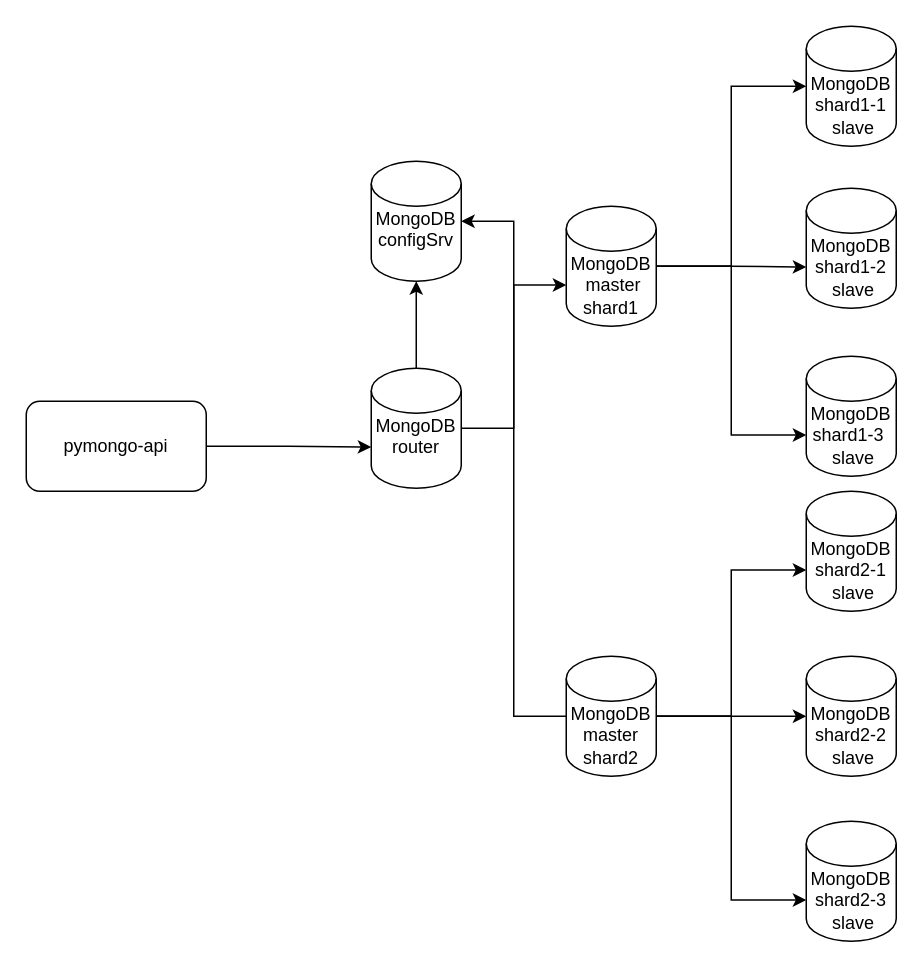
aleksey6150-2/architecture-pro-black_friday keeps this draw.io diagram as task1/task1_2.drawio. Above is the earlier version. Source tidied: cells renumbered, new cells numbered last; positions are measured from the earlier drawing's top-left corner, leaving out a move shared by most shapes. Both pictures are drawn from the tidied source at 150%, with x=0, y=0 at pixel (26, 26).
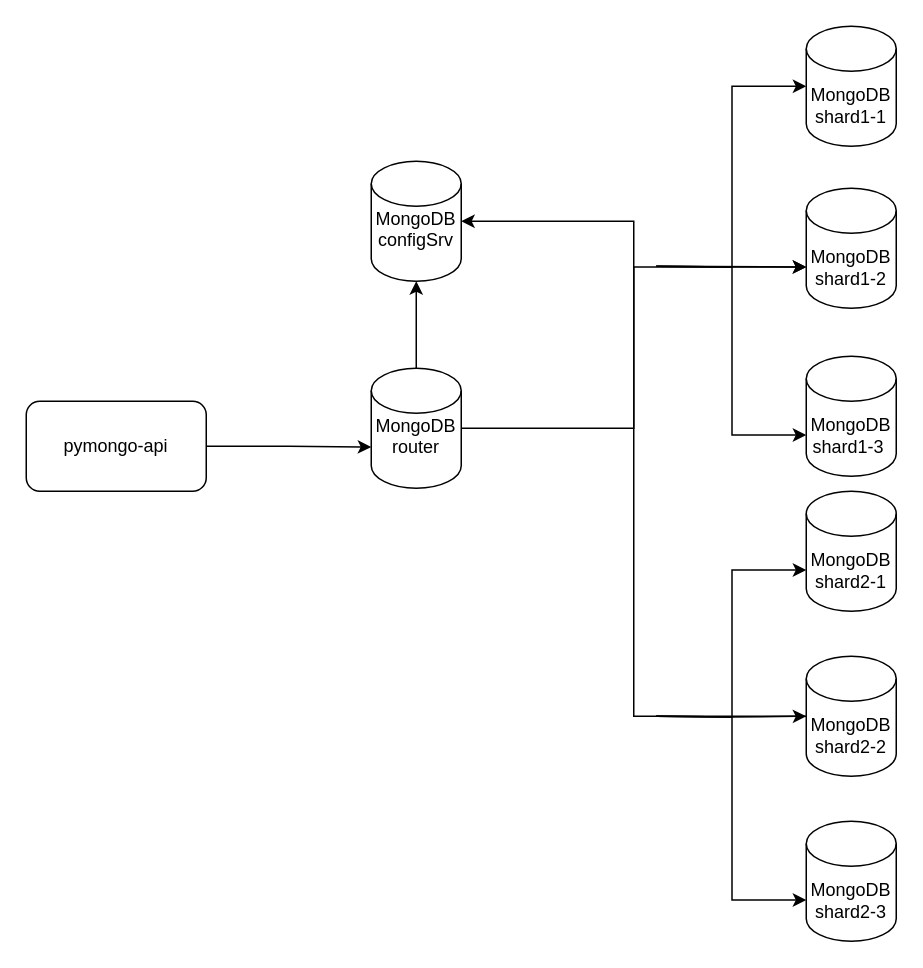
The same diagram, later.

Unchanged cells that the change refers to:
```xml
<mxCell id="5" value="MongoDB configSrv&lt;div&gt;&lt;br&gt;&lt;/div&gt;" style="shape=cylinder3;whiteSpace=wrap;html=1;boundedLbl=1;backgroundOutline=1;size=15;" parent="1" vertex="1">
  <mxGeometry x="230" y="90" width="60" height="80" as="geometry" />
</mxCell>
<mxCell id="6" value="MongoDB router&lt;div&gt;&lt;br&gt;&lt;/div&gt;" style="shape=cylinder3;whiteSpace=wrap;html=1;boundedLbl=1;backgroundOutline=1;size=15;" parent="1" vertex="1">
  <mxGeometry x="230" y="228" width="60" height="80" as="geometry" />
</mxCell>
```

What changed in the source:
```diff
@@
-    <mxCell id="2" value="MongoDB&lt;div&gt;&amp;nbsp;master shard1&lt;/div&gt;" style="shape=cylinder3;whiteSpace=wrap;html=1;boundedLbl=1;backgroundOutline=1;size=15;" parent="1" vertex="1">
-      <mxGeometry x="360" y="120" width="60" height="80" as="geometry" />
-    </mxCell>
@@
-    <mxCell id="4" value="MongoDB master shard2" style="shape=cylinder3;whiteSpace=wrap;html=1;boundedLbl=1;backgroundOutline=1;size=15;" parent="1" vertex="1">
-      <mxGeometry x="360" y="420" width="60" height="80" as="geometry" />
-    </mxCell>
@@
-    <mxCell id="7" style="edgeStyle=orthogonalEdgeStyle;rounded=0;jettySize=auto;html=1;entryX=0;entryY=0;entryDx=0;entryDy=52.5;entryPerimeter=0;" parent="1" edge="1" source="6" target="2">
+    <mxCell id="7" style="edgeStyle=orthogonalEdgeStyle;rounded=0;jettySize=auto;html=1;entryX=0;entryY=0;entryDx=0;entryDy=52.5;entryPerimeter=0;" parent="1" edge="1" source="6" target="12">
       <mxGeometry relative="1" as="geometry" />
     </mxCell>
@@
-    <mxCell id="10" style="edgeStyle=orthogonalEdgeStyle;rounded=0;jettySize=auto;html=1;entryX=1;entryY=0.5;entryDx=0;entryDy=0;entryPerimeter=0;" parent="1" edge="1" source="4" target="5">
+    <mxCell id="10" style="edgeStyle=orthogonalEdgeStyle;rounded=0;jettySize=auto;html=1;entryX=1;entryY=0.5;entryDx=0;entryDy=0;entryPerimeter=0;exitX=0;exitY=0.5;exitDx=0;exitDy=0;exitPerimeter=0;" parent="1" edge="1" source="18" target="5">
       <mxGeometry relative="1" as="geometry" />
     </mxCell>
-    <mxCell id="11" value="MongoDB&lt;br&gt;&lt;div&gt;&lt;span style=&quot;background-color: transparent; color: light-dark(rgb(0, 0, 0), rgb(255, 255, 255));&quot;&gt;shard1-1&lt;/span&gt;&lt;/div&gt;&lt;div&gt;&amp;nbsp;slave&lt;/div&gt;" style="shape=cylinder3;whiteSpace=wrap;html=1;boundedLbl=1;backgroundOutline=1;size=15;" parent="1" vertex="1">
+    <mxCell id="11" value="MongoDB&lt;br&gt;&lt;div&gt;&lt;span style=&quot;background-color: transparent; color: light-dark(rgb(0, 0, 0), rgb(255, 255, 255));&quot;&gt;shard1-1&lt;/span&gt;&lt;/div&gt;&lt;div&gt;&lt;/div&gt;" style="shape=cylinder3;whiteSpace=wrap;html=1;boundedLbl=1;backgroundOutline=1;size=15;" parent="1" vertex="1">
       <mxGeometry x="520" width="60" height="80" as="geometry" />
     </mxCell>
-    <mxCell id="12" value="MongoDB&lt;br&gt;&lt;div&gt;&lt;span style=&quot;background-color: transparent; color: light-dark(rgb(0, 0, 0), rgb(255, 255, 255));&quot;&gt;shard1-2&lt;/span&gt;&lt;/div&gt;&lt;div&gt;&amp;nbsp;slave&lt;/div&gt;" style="shape=cylinder3;whiteSpace=wrap;html=1;boundedLbl=1;backgroundOutline=1;size=15;" parent="1" vertex="1">
+    <mxCell id="12" value="MongoDB&lt;br&gt;&lt;div&gt;&lt;span style=&quot;background-color: transparent; color: light-dark(rgb(0, 0, 0), rgb(255, 255, 255));&quot;&gt;shard1-2&lt;/span&gt;&lt;/div&gt;&lt;div&gt;&lt;/div&gt;" style="shape=cylinder3;whiteSpace=wrap;html=1;boundedLbl=1;backgroundOutline=1;size=15;" parent="1" vertex="1">
       <mxGeometry x="520" y="108" width="60" height="80" as="geometry" />
     </mxCell>
-    <mxCell id="13" value="MongoDB shard1-3&amp;nbsp;&lt;div&gt;&amp;nbsp;slave&lt;/div&gt;" style="shape=cylinder3;whiteSpace=wrap;html=1;boundedLbl=1;backgroundOutline=1;size=15;" parent="1" vertex="1">
+    <mxCell id="13" value="MongoDB shard1-3&amp;nbsp;&lt;div&gt;&lt;/div&gt;" style="shape=cylinder3;whiteSpace=wrap;html=1;boundedLbl=1;backgroundOutline=1;size=15;" parent="1" vertex="1">
       <mxGeometry x="520" y="220" width="60" height="80" as="geometry" />
     </mxCell>
-    <mxCell id="14" style="edgeStyle=orthogonalEdgeStyle;rounded=0;jettySize=auto;html=1;entryX=0;entryY=0;entryDx=0;entryDy=52.5;entryPerimeter=0;" parent="1" edge="1" source="2" target="12">
-      <mxGeometry relative="1" as="geometry" />
+    <mxCell id="14" style="edgeStyle=orthogonalEdgeStyle;rounded=0;jettySize=auto;html=1;entryX=0;entryY=0;entryDx=0;entryDy=52.5;entryPerimeter=0;" parent="1" edge="1" target="12">
+      <mxGeometry relative="1" as="geometry">
+        <mxPoint x="420" y="160" as="sourcePoint" />
+      </mxGeometry>
     </mxCell>
-    <mxCell id="15" style="edgeStyle=orthogonalEdgeStyle;rounded=0;jettySize=auto;html=1;entryX=0;entryY=0;entryDx=0;entryDy=52.5;entryPerimeter=0;" parent="1" edge="1" source="2" target="13">
-      <mxGeometry relative="1" as="geometry" />
+    <mxCell id="15" style="edgeStyle=orthogonalEdgeStyle;rounded=0;jettySize=auto;html=1;entryX=0;entryY=0;entryDx=0;entryDy=52.5;entryPerimeter=0;" parent="1" edge="1" target="13">
+      <mxGeometry relative="1" as="geometry">
+        <mxPoint x="420" y="160" as="sourcePoint" />
+      </mxGeometry>
     </mxCell>
-    <mxCell id="16" style="edgeStyle=orthogonalEdgeStyle;rounded=0;jettySize=auto;html=1;entryX=0;entryY=0.5;entryDx=0;entryDy=0;entryPerimeter=0;" parent="1" edge="1" source="2" target="11">
-      <mxGeometry relative="1" as="geometry" />
+    <mxCell id="16" style="edgeStyle=orthogonalEdgeStyle;rounded=0;jettySize=auto;html=1;entryX=0;entryY=0.5;entryDx=0;entryDy=0;entryPerimeter=0;" parent="1" edge="1" target="11">
+      <mxGeometry relative="1" as="geometry">
+        <mxPoint x="420" y="160" as="sourcePoint" />
+      </mxGeometry>
     </mxCell>
-    <mxCell id="17" value="MongoDB&lt;br&gt;&lt;div&gt;&lt;span style=&quot;background-color: transparent; color: light-dark(rgb(0, 0, 0), rgb(255, 255, 255));&quot;&gt;shard2-1&lt;/span&gt;&lt;/div&gt;&lt;div&gt;&amp;nbsp;slave&lt;/div&gt;" style="shape=cylinder3;whiteSpace=wrap;html=1;boundedLbl=1;backgroundOutline=1;size=15;" parent="1" vertex="1">
+    <mxCell id="17" value="MongoDB&lt;br&gt;&lt;div&gt;&lt;span style=&quot;background-color: transparent; color: light-dark(rgb(0, 0, 0), rgb(255, 255, 255));&quot;&gt;shard2-1&lt;/span&gt;&lt;/div&gt;&lt;div&gt;&lt;/div&gt;" style="shape=cylinder3;whiteSpace=wrap;html=1;boundedLbl=1;backgroundOutline=1;size=15;" parent="1" vertex="1">
       <mxGeometry x="520" y="310" width="60" height="80" as="geometry" />
     </mxCell>
-    <mxCell id="18" value="MongoDB shard2-2&lt;div&gt;&amp;nbsp;slave&lt;/div&gt;" style="shape=cylinder3;whiteSpace=wrap;html=1;boundedLbl=1;backgroundOutline=1;size=15;" parent="1" vertex="1">
+    <mxCell id="18" value="MongoDB shard2-2&lt;div&gt;&lt;/div&gt;" style="shape=cylinder3;whiteSpace=wrap;html=1;boundedLbl=1;backgroundOutline=1;size=15;" parent="1" vertex="1">
       <mxGeometry x="520" y="420" width="60" height="80" as="geometry" />
     </mxCell>
-    <mxCell id="19" value="MongoDB shard2-3&lt;div&gt;&amp;nbsp;slave&lt;/div&gt;" style="shape=cylinder3;whiteSpace=wrap;html=1;boundedLbl=1;backgroundOutline=1;size=15;" parent="1" vertex="1">
+    <mxCell id="19" value="MongoDB shard2-3&lt;div&gt;&lt;/div&gt;" style="shape=cylinder3;whiteSpace=wrap;html=1;boundedLbl=1;backgroundOutline=1;size=15;" parent="1" vertex="1">
       <mxGeometry x="520" y="530" width="60" height="80" as="geometry" />
     </mxCell>
-    <mxCell id="20" style="edgeStyle=orthogonalEdgeStyle;rounded=0;jettySize=auto;html=1;entryX=0;entryY=0.5;entryDx=0;entryDy=0;entryPerimeter=0;" parent="1" edge="1" source="4" target="18">
-      <mxGeometry relative="1" as="geometry" />
+    <mxCell id="20" style="edgeStyle=orthogonalEdgeStyle;rounded=0;jettySize=auto;html=1;entryX=0;entryY=0.5;entryDx=0;entryDy=0;entryPerimeter=0;" parent="1" edge="1" target="18">
+      <mxGeometry relative="1" as="geometry">
+        <mxPoint x="420" y="460" as="sourcePoint" />
+      </mxGeometry>
     </mxCell>
-    <mxCell id="21" style="edgeStyle=orthogonalEdgeStyle;rounded=0;jettySize=auto;html=1;entryX=0;entryY=0;entryDx=0;entryDy=52.5;entryPerimeter=0;" parent="1" edge="1" source="4" target="17">
-      <mxGeometry relative="1" as="geometry" />
+    <mxCell id="21" style="edgeStyle=orthogonalEdgeStyle;rounded=0;jettySize=auto;html=1;entryX=0;entryY=0;entryDx=0;entryDy=52.5;entryPerimeter=0;" parent="1" edge="1" target="17">
+      <mxGeometry relative="1" as="geometry">
+        <mxPoint x="420" y="460" as="sourcePoint" />
+      </mxGeometry>
     </mxCell>
-    <mxCell id="22" style="edgeStyle=orthogonalEdgeStyle;rounded=0;jettySize=auto;html=1;entryX=0;entryY=0;entryDx=0;entryDy=52.5;entryPerimeter=0;" parent="1" edge="1" source="4" target="19">
-      <mxGeometry relative="1" as="geometry" />
+    <mxCell id="22" style="edgeStyle=orthogonalEdgeStyle;rounded=0;jettySize=auto;html=1;entryX=0;entryY=0;entryDx=0;entryDy=52.5;entryPerimeter=0;" parent="1" edge="1" target="19">
+      <mxGeometry relative="1" as="geometry">
+        <mxPoint x="420" y="460" as="sourcePoint" />
+      </mxGeometry>
     </mxCell>
```
